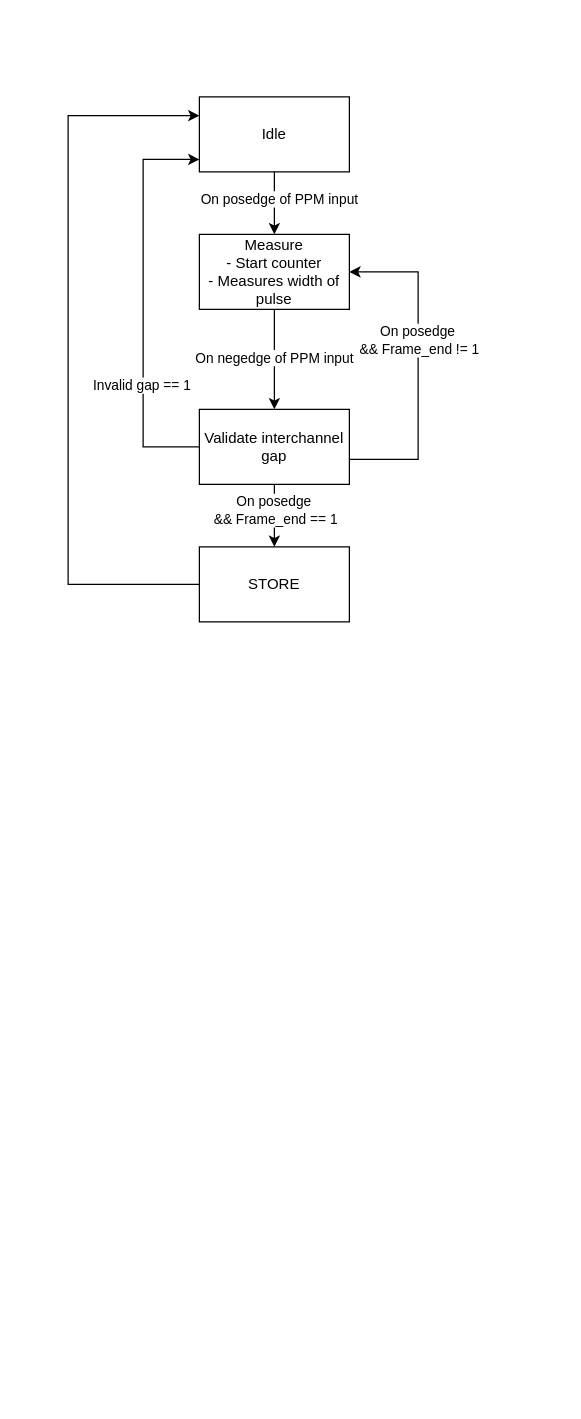
conneroisu/cpre488 keeps this draw.io diagram as PPM_Generation_Diagram.drawio. Above is the earlier version. Source tidied: cells renumbered, new cells numbered last; positions are measured from the earlier drawing's top-left corner, leaving out a move shared by most shapes. Both pictures are drawn from the tidied source at 125%, with x=0, y=0 at pixel (68, 96).
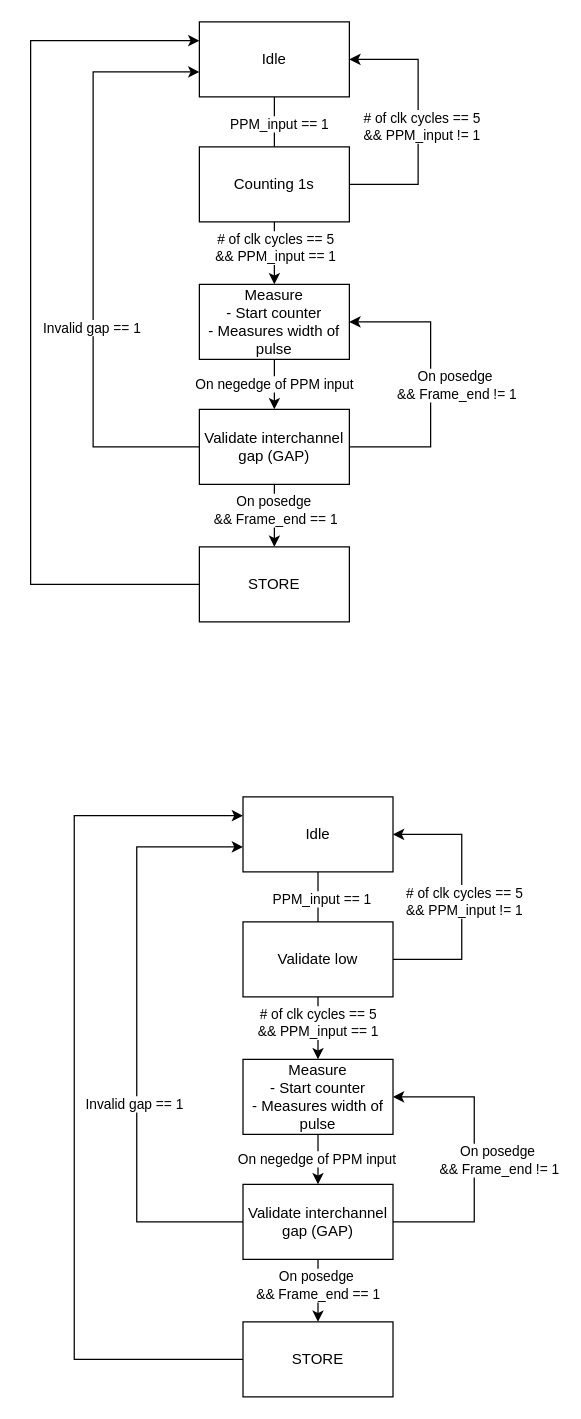
The same page after the edit.

Unchanged cells that the change refers to:
```xml
<mxCell id="16" value="STORE" style="rounded=0;whiteSpace=wrap;html=1;" parent="1" vertex="1">
  <mxGeometry x="105" y="360" width="120" height="60" as="geometry" />
</mxCell>
```

What changed in the source:
```diff
@@
-    <mxCell id="2" style="edgeStyle=orthogonalEdgeStyle;rounded=0;jettySize=auto;html=1;entryX=0.5;entryY=0;entryDx=0;entryDy=0;" parent="1" edge="1" source="4" target="7">
-      <mxGeometry relative="1" as="geometry" />
+    <mxCell id="2" style="edgeStyle=orthogonalEdgeStyle;rounded=0;jettySize=auto;html=1;" parent="1" edge="1" source="4">
+      <mxGeometry relative="1" as="geometry">
+        <mxPoint x="165" y="50" as="targetPoint" />
+      </mxGeometry>
     </mxCell>
-    <mxCell id="3" value="On posedge of PPM input" style="edgeLabel;html=1;align=center;verticalAlign=middle;" parent="2" vertex="1">
+    <mxCell id="3" value="PPM_input == 1" style="edgeLabel;html=1;align=center;verticalAlign=middle;" parent="2" vertex="1">
       <mxGeometry x="-0.16" y="3" relative="1" as="geometry" />
     </mxCell>
     <mxCell id="4" value="Idle" style="rounded=0;whiteSpace=wrap;html=1;" parent="1" vertex="1">
-      <mxGeometry x="105" width="120" height="60" as="geometry" />
+      <mxGeometry x="105" y="-60" width="120" height="60" as="geometry" />
     </mxCell>
@@
     <mxCell id="7" value="Measure&lt;br&gt;- Start counter&lt;div&gt;- Measures width of pulse&lt;/div&gt;" style="rounded=0;whiteSpace=wrap;html=1;" parent="1" vertex="1">
-      <mxGeometry x="105" y="110" width="120" height="60" as="geometry" />
+      <mxGeometry x="105" y="150" width="120" height="60" as="geometry" />
     </mxCell>
     <mxCell id="8" style="edgeStyle=orthogonalEdgeStyle;rounded=0;jettySize=auto;html=1;entryX=1;entryY=0.5;entryDx=0;entryDy=0;" parent="1" edge="1" source="14" target="7">
       <mxGeometry relative="1" as="geometry">
         <Array as="points">
-          <mxPoint x="280" y="290" />
-          <mxPoint x="280" y="140" />
+          <mxPoint x="290" y="280" />
+          <mxPoint x="290" y="180" />
         </Array>
       </mxGeometry>
     </mxCell>
     <mxCell id="9" value="On posedge&amp;nbsp;&lt;div&gt;&amp;amp;&amp;amp; Frame_end != 1&lt;/div&gt;" style="edgeLabel;html=1;align=center;verticalAlign=middle;" parent="8" vertex="1">
-      <mxGeometry x="0.16" relative="1" as="geometry" />
+      <mxGeometry x="0.16" relative="1" as="geometry">
+        <mxPoint x="20" y="18" as="offset" />
+      </mxGeometry>
     </mxCell>
@@
     <mxCell id="12" style="edgeStyle=orthogonalEdgeStyle;rounded=0;jettySize=auto;html=1;" parent="1" edge="1" source="14">
       <mxGeometry relative="1" as="geometry">
-        <mxPoint x="105" y="50" as="targetPoint" />
+        <mxPoint x="105" y="-20" as="targetPoint" />
         <Array as="points">
-          <mxPoint x="60" y="280" />
-          <mxPoint x="60" y="50" />
+          <mxPoint x="20" y="280" />
+          <mxPoint x="20" y="-20" />
         </Array>
       </mxGeometry>
     </mxCell>
@@
-    <mxCell id="14" value="Validate interchannel gap" style="rounded=0;whiteSpace=wrap;html=1;" parent="1" vertex="1">
+    <mxCell id="14" value="Validate interchannel gap (GAP)" style="rounded=0;whiteSpace=wrap;html=1;" parent="1" vertex="1">
       <mxGeometry x="105" y="250" width="120" height="60" as="geometry" />
     </mxCell>
     <mxCell id="15" style="edgeStyle=orthogonalEdgeStyle;rounded=0;jettySize=auto;html=1;entryX=0;entryY=0.25;entryDx=0;entryDy=0;" parent="1" edge="1" source="16" target="4">
       <mxGeometry relative="1" as="geometry">
         <Array as="points">
-          <mxPoint y="390" />
-          <mxPoint y="15" />
+          <mxPoint x="-30" y="390" />
+          <mxPoint x="-30" y="-45" />
         </Array>
       </mxGeometry>
     </mxCell>
@@
+    <mxCell id="17" style="edgeStyle=orthogonalEdgeStyle;rounded=0;jettySize=auto;html=1;entryX=0.5;entryY=0;entryDx=0;entryDy=0;" parent="1" edge="1" source="21" target="7">
+      <mxGeometry relative="1" as="geometry" />
+    </mxCell>
+    <mxCell id="18" value="# of clk cycles == 5&lt;div&gt;&amp;amp;&amp;amp; PPM_input == 1&lt;/div&gt;" style="edgeLabel;html=1;align=center;verticalAlign=middle;" parent="17" vertex="1">
+      <mxGeometry x="-0.27" y="3" relative="1" as="geometry">
+        <mxPoint x="-3" y="2" as="offset" />
+      </mxGeometry>
+    </mxCell>
+    <mxCell id="19" style="edgeStyle=orthogonalEdgeStyle;rounded=0;jettySize=auto;html=1;entryX=1;entryY=0.5;entryDx=0;entryDy=0;" parent="1" edge="1" source="21" target="4">
+      <mxGeometry relative="1" as="geometry">
+        <Array as="points">
+          <mxPoint x="280" y="70" />
+          <mxPoint x="280" y="-30" />
+        </Array>
+      </mxGeometry>
+    </mxCell>
+    <mxCell id="20" value="# of clk cycles == 5&lt;div&gt;&amp;amp;&amp;amp; PPM_input != 1&lt;br&gt;&lt;/div&gt;" style="edgeLabel;html=1;align=center;verticalAlign=middle;" parent="19" vertex="1">
+      <mxGeometry x="-0.03" y="-2" relative="1" as="geometry" />
+    </mxCell>
+    <mxCell id="21" value="Counting 1s" style="rounded=0;whiteSpace=wrap;html=1;" parent="1" vertex="1">
+      <mxGeometry x="105" y="40" width="120" height="60" as="geometry" />
+    </mxCell>
+    <mxCell id="22" style="edgeStyle=orthogonalEdgeStyle;rounded=0;jettySize=auto;html=1;" parent="1" edge="1" source="24">
+      <mxGeometry relative="1" as="geometry">
+        <mxPoint x="199.9" y="670" as="targetPoint" />
+      </mxGeometry>
+    </mxCell>
+    <mxCell id="23" value="PPM_input == 1" style="edgeLabel;html=1;align=center;verticalAlign=middle;" parent="22" vertex="1">
+      <mxGeometry x="-0.16" y="3" relative="1" as="geometry" />
+    </mxCell>
+    <mxCell id="24" value="Idle" style="rounded=0;whiteSpace=wrap;html=1;" parent="1" vertex="1">
+      <mxGeometry x="139.9" y="560" width="120" height="60" as="geometry" />
+    </mxCell>
+    <mxCell id="25" style="edgeStyle=orthogonalEdgeStyle;rounded=0;jettySize=auto;html=1;entryX=0.5;entryY=0;entryDx=0;entryDy=0;" parent="1" edge="1" source="27" target="34">
+      <mxGeometry relative="1" as="geometry" />
+    </mxCell>
+    <mxCell id="26" value="On negedge of PPM input" style="edgeLabel;html=1;align=center;verticalAlign=middle;" parent="25" vertex="1">
+      <mxGeometry x="-0.04" y="-1" relative="1" as="geometry" />
+    </mxCell>
+    <mxCell id="27" value="Measure&lt;br&gt;- Start counter&lt;div&gt;- Measures width of pulse&lt;/div&gt;" style="rounded=0;whiteSpace=wrap;html=1;" parent="1" vertex="1">
+      <mxGeometry x="139.9" y="770" width="120" height="60" as="geometry" />
+    </mxCell>
+    <mxCell id="28" style="edgeStyle=orthogonalEdgeStyle;rounded=0;jettySize=auto;html=1;entryX=1;entryY=0.5;entryDx=0;entryDy=0;" parent="1" edge="1" source="34" target="27">
+      <mxGeometry relative="1" as="geometry">
+        <Array as="points">
+          <mxPoint x="324.9" y="900" />
+          <mxPoint x="324.9" y="800" />
+        </Array>
+      </mxGeometry>
+    </mxCell>
+    <mxCell id="29" value="On posedge&amp;nbsp;&lt;div&gt;&amp;amp;&amp;amp; Frame_end != 1&lt;/div&gt;" style="edgeLabel;html=1;align=center;verticalAlign=middle;" parent="28" vertex="1">
+      <mxGeometry x="0.16" relative="1" as="geometry">
+        <mxPoint x="20" y="18" as="offset" />
+      </mxGeometry>
+    </mxCell>
+    <mxCell id="30" style="edgeStyle=orthogonalEdgeStyle;rounded=0;jettySize=auto;html=1;" parent="1" edge="1" source="34" target="36">
+      <mxGeometry relative="1" as="geometry" />
+    </mxCell>
+    <mxCell id="31" value="On posedge&amp;nbsp;&lt;br&gt;&amp;amp;&amp;amp; Frame_end == 1" style="edgeLabel;html=1;align=center;verticalAlign=middle;" parent="30" vertex="1">
+      <mxGeometry x="-0.37" y="-3" relative="1" as="geometry">
+        <mxPoint x="3" y="4" as="offset" />
+      </mxGeometry>
+    </mxCell>
+    <mxCell id="32" style="edgeStyle=orthogonalEdgeStyle;rounded=0;jettySize=auto;html=1;" parent="1" edge="1" source="34">
+      <mxGeometry relative="1" as="geometry">
+        <mxPoint x="139.9" y="600" as="targetPoint" />
+        <Array as="points">
+          <mxPoint x="54.9" y="900" />
+          <mxPoint x="54.9" y="600" />
+        </Array>
+      </mxGeometry>
+    </mxCell>
+    <mxCell id="33" value="Invalid gap == 1" style="edgeLabel;html=1;align=center;verticalAlign=middle;" parent="32" vertex="1">
+      <mxGeometry x="0.13" y="2" relative="1" as="geometry">
+        <mxPoint y="86" as="offset" />
+      </mxGeometry>
+    </mxCell>
+    <mxCell id="34" value="Validate interchannel gap (GAP)" style="rounded=0;whiteSpace=wrap;html=1;" parent="1" vertex="1">
+      <mxGeometry x="139.9" y="870" width="120" height="60" as="geometry" />
+    </mxCell>
+    <mxCell id="35" style="edgeStyle=orthogonalEdgeStyle;rounded=0;jettySize=auto;html=1;entryX=0;entryY=0.25;entryDx=0;entryDy=0;" parent="1" edge="1" source="36" target="24">
+      <mxGeometry relative="1" as="geometry">
+        <Array as="points">
+          <mxPoint x="4.9" y="1010" />
+          <mxPoint x="4.9" y="575" />
+        </Array>
+      </mxGeometry>
+    </mxCell>
+    <mxCell id="36" value="STORE" style="rounded=0;whiteSpace=wrap;html=1;" parent="1" vertex="1">
+      <mxGeometry x="139.9" y="980" width="120" height="60" as="geometry" />
+    </mxCell>
+    <mxCell id="37" style="edgeStyle=orthogonalEdgeStyle;rounded=0;jettySize=auto;html=1;entryX=0.5;entryY=0;entryDx=0;entryDy=0;" parent="1" edge="1" source="41" target="27">
+      <mxGeometry relative="1" as="geometry" />
+    </mxCell>
+    <mxCell id="38" value="# of clk cycles == 5&lt;div&gt;&amp;amp;&amp;amp; PPM_input == 1&lt;/div&gt;" style="edgeLabel;html=1;align=center;verticalAlign=middle;" parent="37" vertex="1">
+      <mxGeometry x="-0.27" y="3" relative="1" as="geometry">
+        <mxPoint x="-3" y="2" as="offset" />
+      </mxGeometry>
+    </mxCell>
+    <mxCell id="39" style="edgeStyle=orthogonalEdgeStyle;rounded=0;jettySize=auto;html=1;entryX=1;entryY=0.5;entryDx=0;entryDy=0;" parent="1" edge="1" source="41" target="24">
+      <mxGeometry relative="1" as="geometry">
+        <Array as="points">
+          <mxPoint x="314.9" y="690" />
+          <mxPoint x="314.9" y="590" />
+        </Array>
+      </mxGeometry>
+    </mxCell>
+    <mxCell id="40" value="# of clk cycles == 5&lt;div&gt;&amp;amp;&amp;amp; PPM_input != 1&lt;br&gt;&lt;/div&gt;" style="edgeLabel;html=1;align=center;verticalAlign=middle;" parent="39" vertex="1">
+      <mxGeometry x="-0.03" y="-2" relative="1" as="geometry" />
+    </mxCell>
+    <mxCell id="41" value="Validate low" style="rounded=0;whiteSpace=wrap;html=1;" parent="1" vertex="1">
+      <mxGeometry x="139.9" y="660" width="120" height="60" as="geometry" />
+    </mxCell>
```
